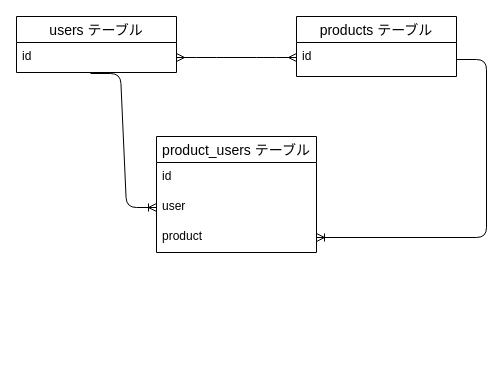
himupeki236/furima-29127 keeps this draw.io diagram as ER図.dio. Above is the earlier version. Source tidied: cells renumbered, new cells numbered last; positions are measured from the earlier drawing's top-left corner, leaving out a move shared by most shapes. Both pictures are drawn from the tidied source at 100%, with x=0, y=0 at pixel (16, 16).
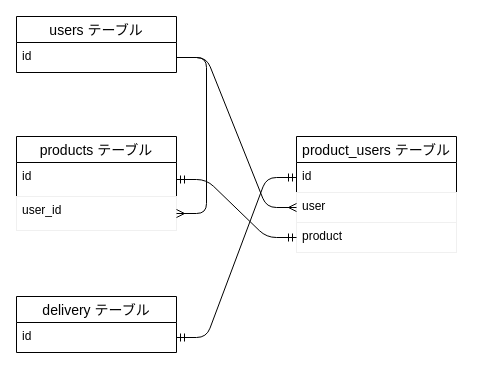
The same diagram, later.

Diff of the diagram source:
```diff
@@
 <mxGraphModel>
   <root>
     <mxCell id="0" />
     <mxCell id="1" parent="0" />
     <mxCell id="2" value="product_users テーブル" style="swimlane;fontStyle=0;horizontal=1;startSize=26;align=center;fontSize=14;" parent="1" vertex="1">
-      <mxGeometry x="140" y="120" width="160" height="116" as="geometry" />
+      <mxGeometry x="280" y="120" width="160" height="116" as="geometry" />
     </mxCell>
     <mxCell id="3" value="id" style="text;strokeColor=none;fillColor=none;spacingLeft=4;spacingRight=4;overflow=hidden;points=[[0,0.5],[1,0.5]];portConstraint=eastwest;fontSize=12;" parent="2" vertex="1">
       <mxGeometry y="26" width="160" height="30" as="geometry" />
     </mxCell>
-    <mxCell id="4" value="user" style="text;strokeColor=none;fillColor=none;spacingLeft=4;spacingRight=4;overflow=hidden;points=[[0,0.5],[1,0.5]];portConstraint=eastwest;fontSize=12;" parent="2" vertex="1">
+    <mxCell id="4" value="user" style="text;fillColor=none;spacingLeft=4;spacingRight=4;overflow=hidden;points=[[0,0.5],[1,0.5]];portConstraint=eastwest;fontSize=12;strokeColor=#f0f0f0;" parent="2" vertex="1">
       <mxGeometry y="56" width="160" height="30" as="geometry" />
     </mxCell>
-    <mxCell id="5" value="product" style="text;strokeColor=none;fillColor=none;spacingLeft=4;spacingRight=4;overflow=hidden;points=[[0,0.5],[1,0.5]];portConstraint=eastwest;fontSize=12;" parent="2" vertex="1">
+    <mxCell id="5" value="product" style="text;fillColor=none;spacingLeft=4;spacingRight=4;overflow=hidden;points=[[0,0.5],[1,0.5]];portConstraint=eastwest;fontSize=12;strokeColor=#f0f0f0;" parent="2" vertex="1">
       <mxGeometry y="86" width="160" height="30" as="geometry" />
     </mxCell>
     <mxCell id="6" value="products テーブル" style="swimlane;fontStyle=0;horizontal=1;startSize=26;align=center;fontSize=14;" parent="1" vertex="1">
-      <mxGeometry x="280" width="160" height="60" as="geometry" />
+      <mxGeometry y="120" width="160" height="60" as="geometry" />
     </mxCell>
     <mxCell id="7" value="id" style="text;strokeColor=none;fillColor=none;spacingLeft=4;spacingRight=4;overflow=hidden;points=[[0,0.5],[1,0.5]];portConstraint=eastwest;fontSize=12;" parent="6" vertex="1">
       <mxGeometry y="26" width="160" height="34" as="geometry" />
     </mxCell>
     <mxCell id="8" value="users テーブル" style="swimlane;fontStyle=0;horizontal=1;startSize=26;align=center;fontSize=14;" parent="1" vertex="1">
       <mxGeometry width="160" height="56" as="geometry" />
     </mxCell>
     <mxCell id="9" value="id" style="text;strokeColor=none;fillColor=none;spacingLeft=4;spacingRight=4;overflow=hidden;points=[[0,0.5],[1,0.5]];portConstraint=eastwest;fontSize=12;" parent="8" vertex="1">
       <mxGeometry y="26" width="160" height="30" as="geometry" />
     </mxCell>
-    <mxCell id="10" style="edgeStyle=entityRelationEdgeStyle;fontSize=12;html=1;endArrow=ERmany;startArrow=ERmany;" parent="1" edge="1" source="9">
-      <mxGeometry relative="1" as="geometry">
-        <mxPoint x="280" y="41" as="targetPoint" />
-      </mxGeometry>
-    </mxCell>
-    <mxCell id="11" style="edgeStyle=entityRelationEdgeStyle;fontSize=12;html=1;endArrow=ERoneToMany;entryX=0;entryY=0.5;entryDx=0;entryDy=0;" parent="1" edge="1" target="4">
-      <mxGeometry relative="1" as="geometry">
-        <mxPoint x="74" y="57" as="sourcePoint" />
-      </mxGeometry>
-    </mxCell>
+    <mxCell id="13" value="user_id" style="text;fillColor=none;spacingLeft=4;spacingRight=4;overflow=hidden;points=[[0,0.5],[1,0.5]];portConstraint=eastwest;fontSize=12;strokeColor=#f0f0f0;" parent="1" vertex="1">
+      <mxGeometry y="180" width="160" height="34" as="geometry" />
+    </mxCell>
+    <mxCell id="14" style="edgeStyle=entityRelationEdgeStyle;fontSize=12;html=1;endArrow=ERmany;exitX=1;exitY=0.5;exitDx=0;exitDy=0;entryX=0;entryY=0.5;entryDx=0;entryDy=0;" parent="1" edge="1" source="9" target="4">
+      <mxGeometry relative="1" as="geometry" />
+    </mxCell>
+    <mxCell id="15" value="delivery テーブル" style="swimlane;fontStyle=0;horizontal=1;startSize=26;align=center;fontSize=14;" parent="1" vertex="1">
+      <mxGeometry y="280" width="160" height="56" as="geometry" />
+    </mxCell>
+    <mxCell id="16" value="id" style="text;strokeColor=none;fillColor=none;spacingLeft=4;spacingRight=4;overflow=hidden;points=[[0,0.5],[1,0.5]];portConstraint=eastwest;fontSize=12;" parent="15" vertex="1">
+      <mxGeometry y="26" width="160" height="30" as="geometry" />
+    </mxCell>
+    <mxCell id="17" style="edgeStyle=entityRelationEdgeStyle;fontSize=12;html=1;endArrow=ERmany;entryX=1;entryY=0.5;entryDx=0;entryDy=0;exitX=1;exitY=0.5;exitDx=0;exitDy=0;" parent="1" edge="1" source="9" target="13">
+      <mxGeometry relative="1" as="geometry" />
+    </mxCell>
+    <mxCell id="18" style="edgeStyle=entityRelationEdgeStyle;fontSize=12;html=1;endArrow=ERmandOne;startArrow=ERmandOne;entryX=0;entryY=0.5;entryDx=0;entryDy=0;exitX=1;exitY=0.5;exitDx=0;exitDy=0;" parent="1" edge="1" source="16" target="3">
+      <mxGeometry relative="1" as="geometry" />
+    </mxCell>
-    <mxCell id="12" style="edgeStyle=entityRelationEdgeStyle;fontSize=12;html=1;endArrow=ERoneToMany;" parent="1" edge="1" source="7" target="5">
+    <mxCell id="12" style="edgeStyle=entityRelationEdgeStyle;fontSize=12;html=1;endArrow=ERmandOne;startArrow=ERmandOne;entryX=0;entryY=0.5;entryDx=0;entryDy=0;exitX=1;exitY=0.5;exitDx=0;exitDy=0;" parent="1" edge="1" source="7" target="5">
       <mxGeometry relative="1" as="geometry" />
     </mxCell>
   </root>
 </mxGraphModel>
```
